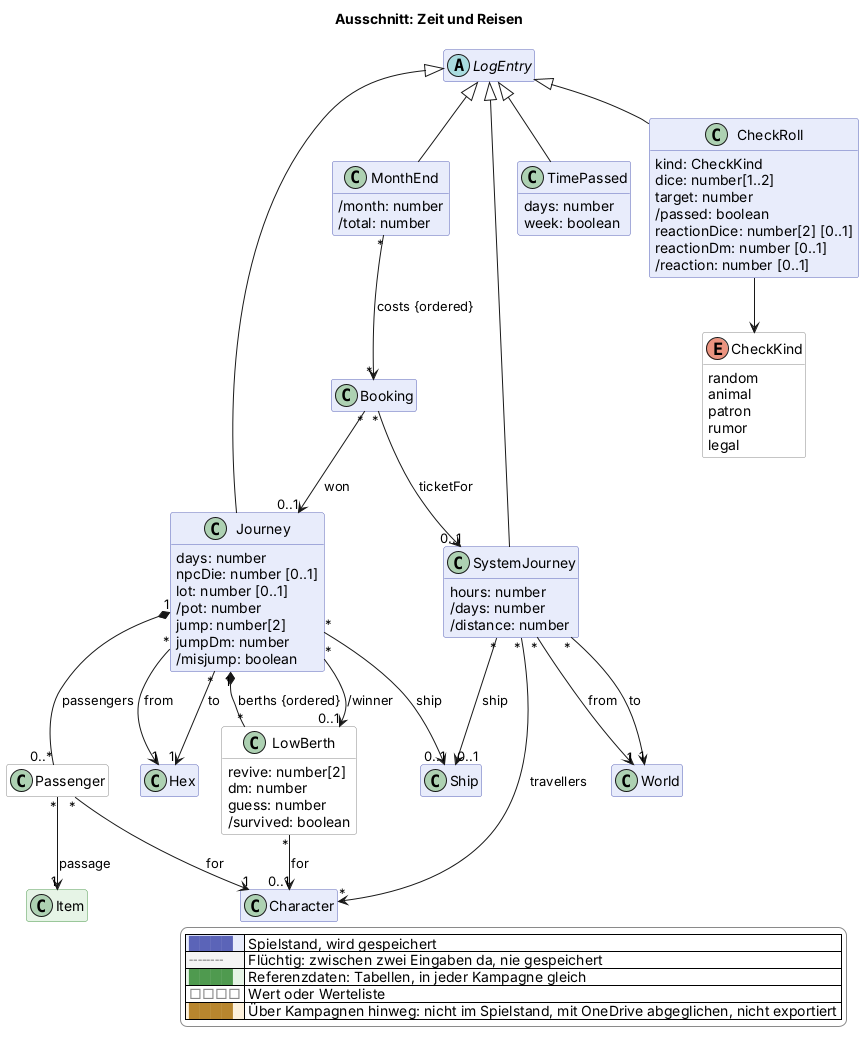
This is docs/views/reise.png from scuzzar/SRE, a PlantUML export, as it was before one commit.
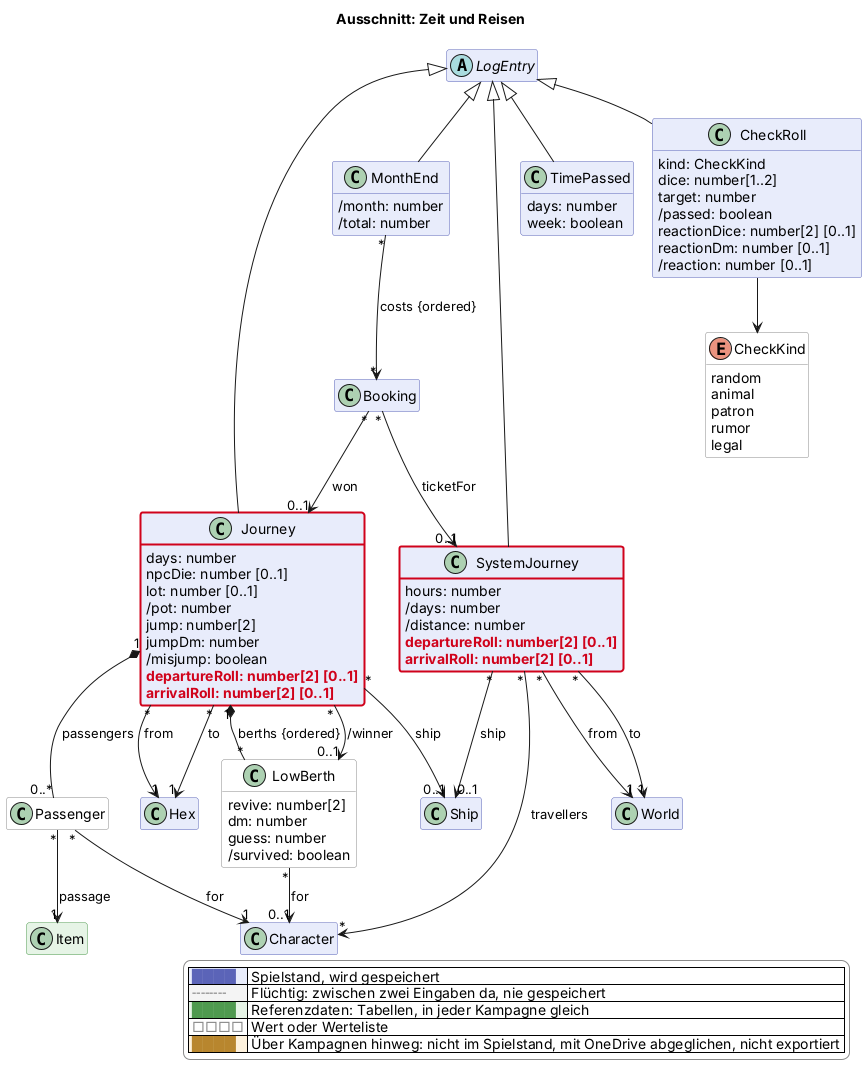
The same file after the commit.

The edit, as a diff of the source:
```diff
@@ -114,6 +114,8 @@
     jump: number[2]
     jumpDm: number
     /misjump: boolean
+    $new("2026-11-22b", "departureRoll: number[2] [0..1]")
+    $new("2026-11-22b", "arrivalRoll: number[2] [0..1]")
   }
   class Passenger <<value>> $reise {
   }
@@ -121,6 +123,8 @@
     hours: number
     /days: number
     /distance: number
+    $new("2026-11-22b", "departureRoll: number[2] [0..1]")
+    $new("2026-11-22b", "arrivalRoll: number[2] [0..1]")
   }
   class LowBerth <<value>> $reise {
     revive: number[2]
@@ -176,4 +180,6 @@
   |<#ffffff> <color:#8a8a8a>□□□□</color> | Wert oder Werteliste |
   |<#fdf1dc> <color:#b8862e>████</color> | Über Kampagnen hinweg: nicht im Spielstand, mit OneDrive abgeglichen, nicht exportiert |
 endlegend
+class Journey #line:d0021b;line.bold
+class SystemJourney #line:d0021b;line.bold
 @enduml
```
